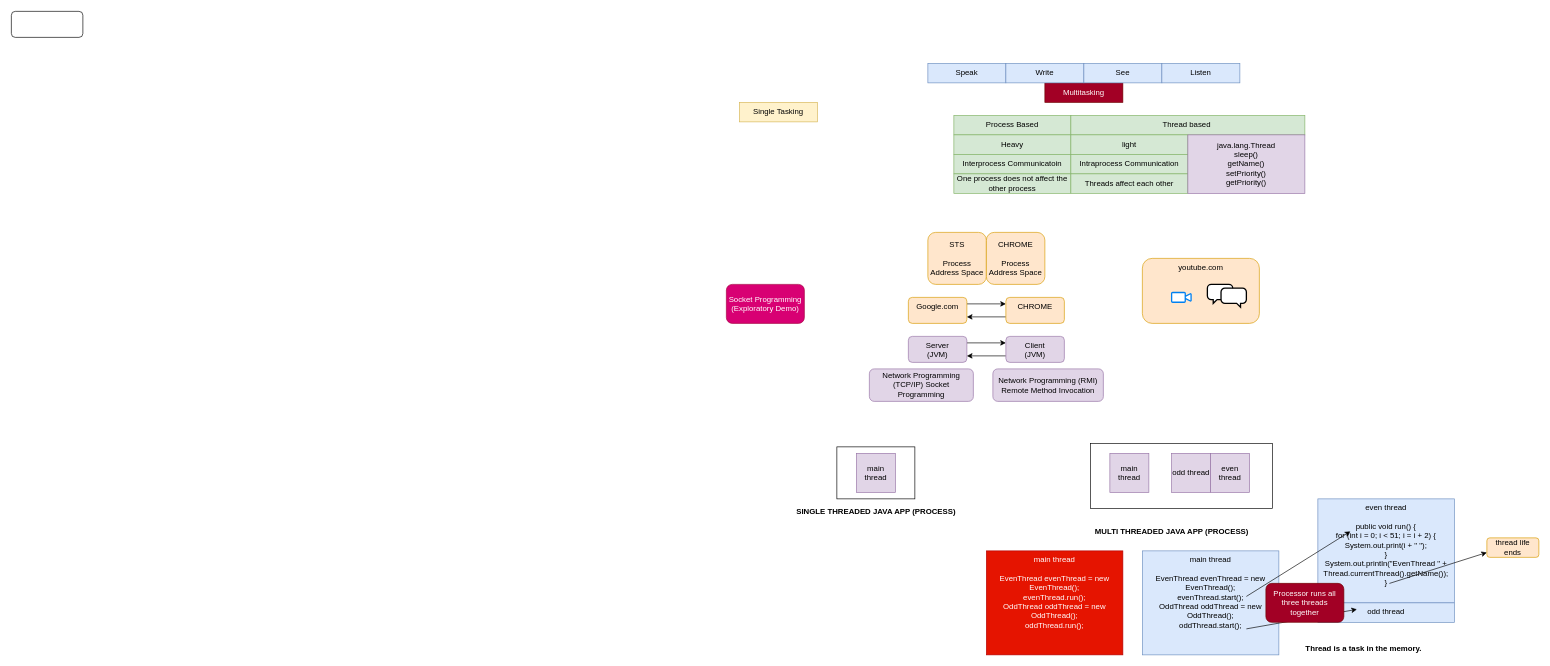
Above: page "Multithreading" (7 of 10) of java/diagrams/java-workflow.drawio in aukokyong/jfs-master (draw.io), before the change. Source tidied: cells renumbered, new cells numbered last; positions are measured from the earlier drawing's top-left corner, leaving out a move shared by most shapes. Both pictures are drawn from the tidied source at 65%, with x=0, y=0 at pixel (11, 11).
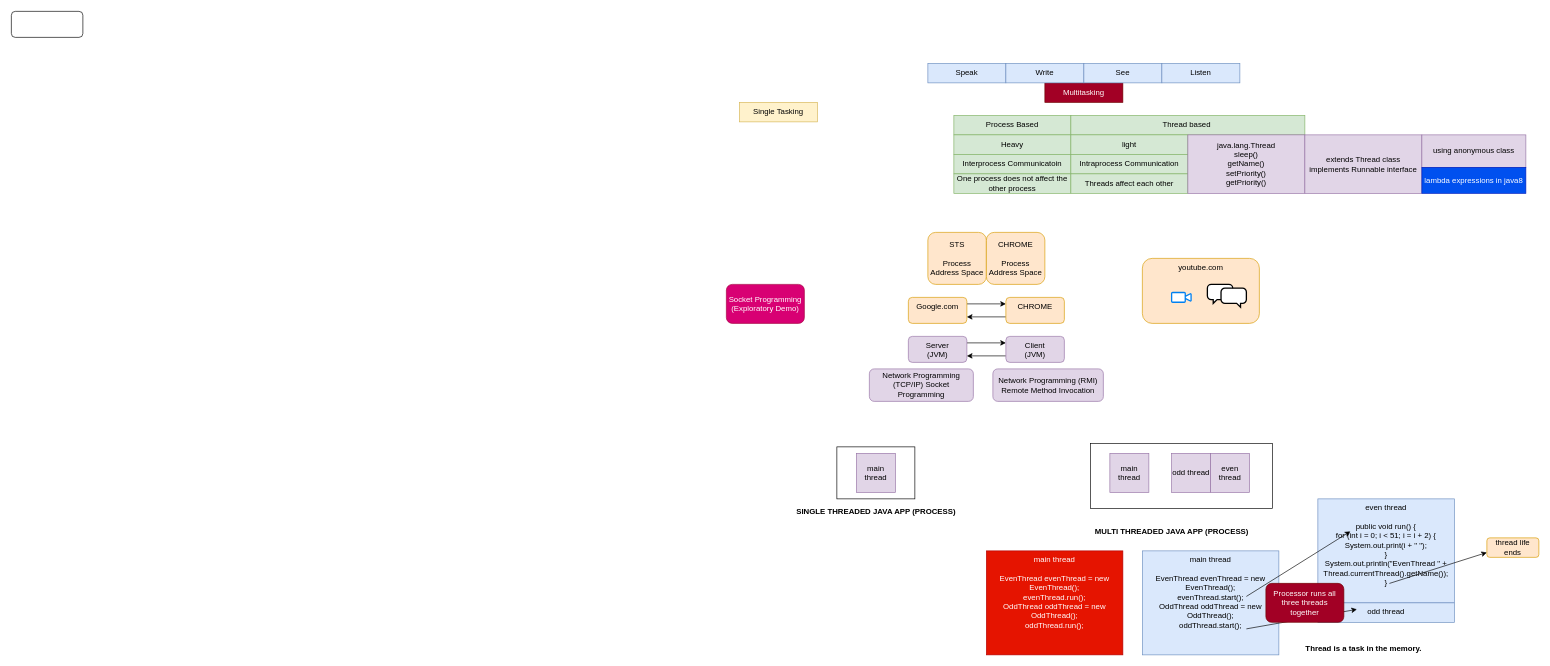
The same diagram, later.

Change to the diagram source:
```diff
@@
+    <mxCell id="52" value="extends Thread class&lt;br&gt;implements Runnable interface" style="rounded=0;whiteSpace=wrap;html=1;fillColor=#e1d5e7;strokeColor=#9673a6;" parent="1" vertex="1">
+      <mxGeometry x="1990" y="190" width="180" height="90" as="geometry" />
+    </mxCell>
+    <mxCell id="53" value="using anonymous class" style="rounded=0;whiteSpace=wrap;html=1;fillColor=#e1d5e7;strokeColor=#9673a6;" parent="1" vertex="1">
+      <mxGeometry x="2170" y="190" width="160" height="50" as="geometry" />
+    </mxCell>
+    <mxCell id="54" value="lambda expressions in java8" style="rounded=0;whiteSpace=wrap;html=1;fillColor=#0050ef;strokeColor=#001DBC;fontColor=#ffffff;" parent="1" vertex="1">
+      <mxGeometry x="2170" y="240" width="160" height="40" as="geometry" />
+    </mxCell>
```
